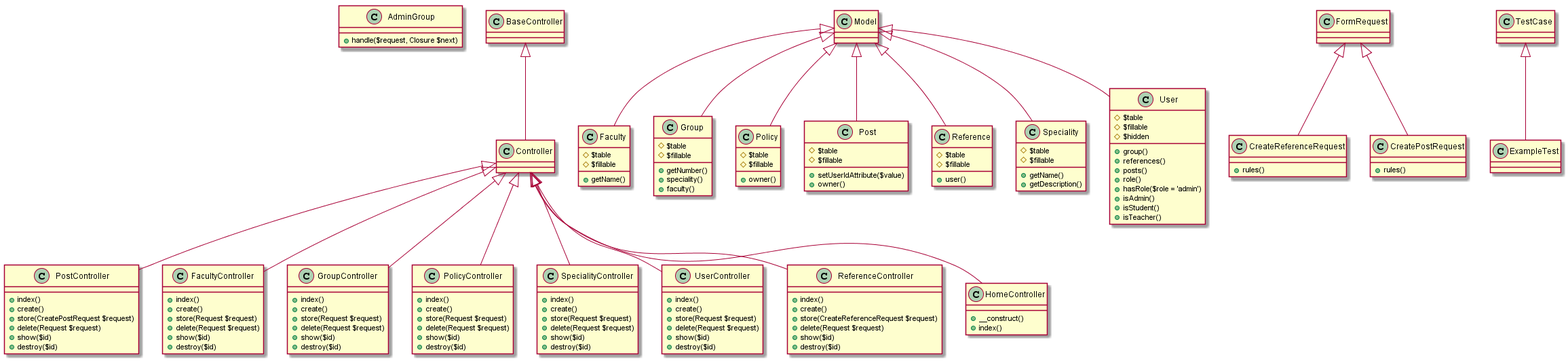
Earlier version of the PlantUML export Diagrams/Class diagram.png (Alexpechonov/my_website).
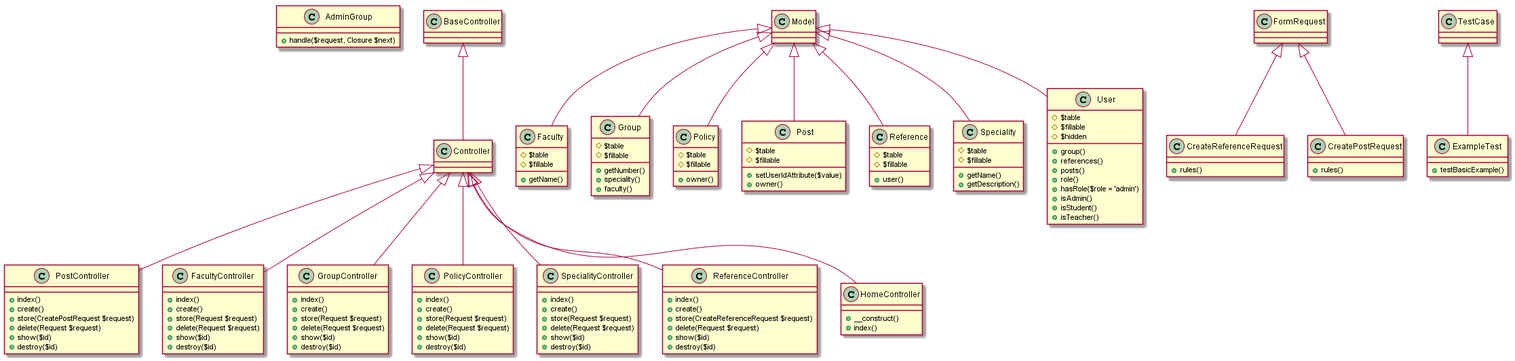
Above is the later version.

What changed in the source:
```diff
@@ -39,15 +39,6 @@
 }
 
 class SpecialityController extends Controller{
-+index()
-+create()
-+store(Request $request)
-+delete(Request $request)
-+show($id)
-+destroy($id)
-}
-
-class UserController extends Controller{
 +index()
 +create()
 +store(Request $request)
@@ -137,5 +128,7 @@
 }
 
 
-class ExampleTest extends TestCase
+class ExampleTest extends TestCase{
++testBasicExample()
+}
 @enduml
```
